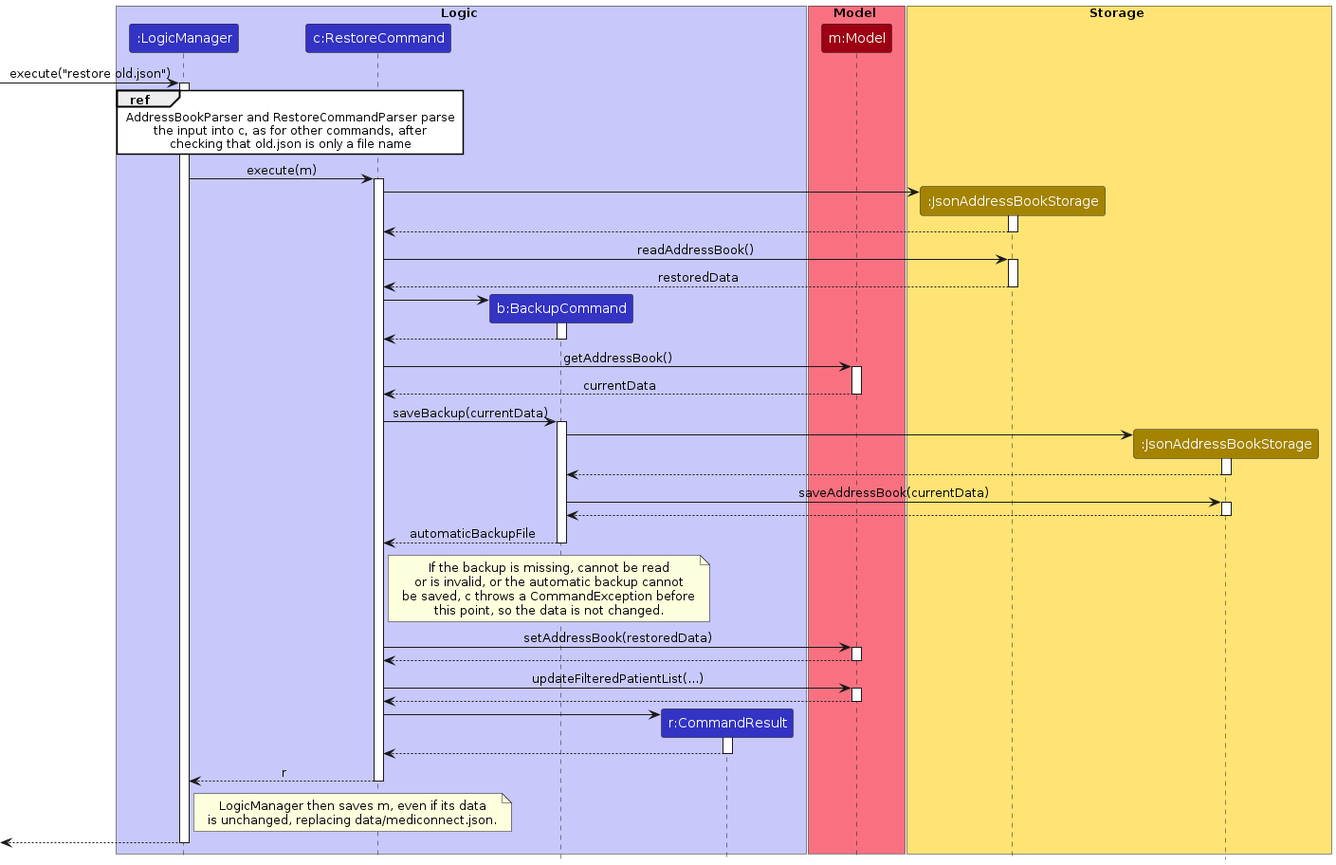
Earlier version of the PlantUML export diagrams/RestoreSequenceDiagram.png (AY2627S1-CS2103T-W08-1/tp). Its source is kept beside it as diagrams/RestoreSequenceDiagram.puml.
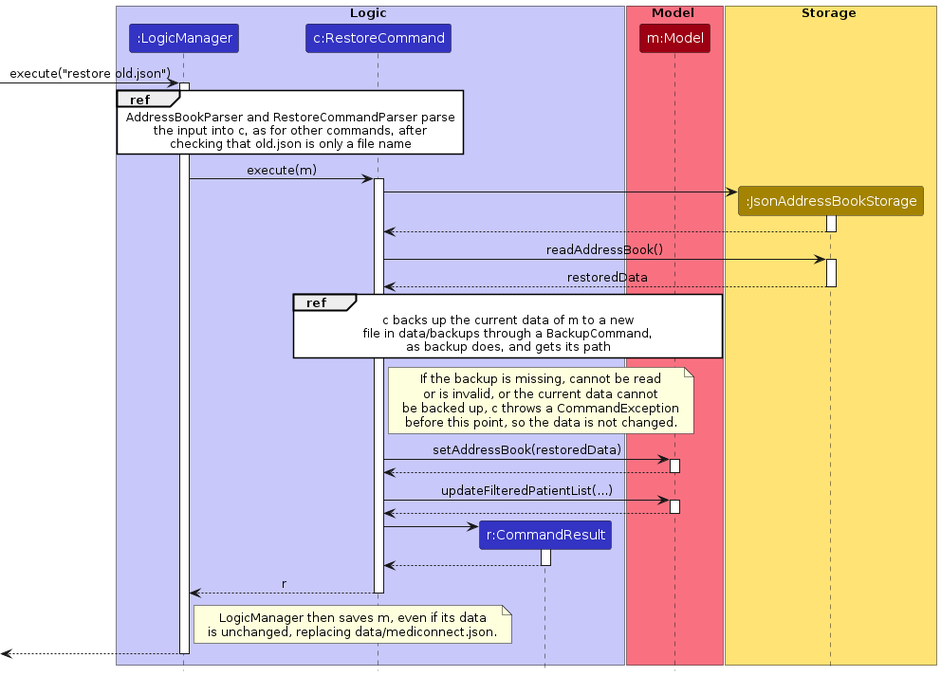
Later version of the same file.

What changed in the source:
```diff
@@ -6,7 +6,6 @@
 box Logic LOGIC_COLOR_T1
 participant ":LogicManager" as LogicManager LOGIC_COLOR
 participant "c:RestoreCommand" as RestoreCommand LOGIC_COLOR
-participant "b:BackupCommand" as BackupCommand LOGIC_COLOR
 participant "r:CommandResult" as CommandResult LOGIC_COLOR
 end box
 
@@ -16,7 +15,6 @@
 
 box Storage STORAGE_COLOR_T1
 participant ":JsonAddressBookStorage" as JsonAddressBookStorage STORAGE_COLOR
-participant ":JsonAddressBookStorage" as BackupStorage STORAGE_COLOR
 end box
 
 [-> LogicManager : execute("restore old.json")
@@ -44,43 +42,17 @@
 JsonAddressBookStorage --> RestoreCommand : restoredData
 deactivate JsonAddressBookStorage
 
-create BackupCommand
-RestoreCommand -> BackupCommand
-activate BackupCommand
-
-BackupCommand --> RestoreCommand
-deactivate BackupCommand
-
-RestoreCommand -> Model : getAddressBook()
-activate Model
-
-Model --> RestoreCommand : currentData
-deactivate Model
-
-RestoreCommand -> BackupCommand : saveBackup(currentData)
-activate BackupCommand
-
-create BackupStorage
-BackupCommand -> BackupStorage
-activate BackupStorage
-
-BackupStorage --> BackupCommand
-deactivate BackupStorage
-
-BackupCommand -> BackupStorage : saveAddressBook(currentData)
-activate BackupStorage
-
-BackupStorage --> BackupCommand
-deactivate BackupStorage
-
-BackupCommand --> RestoreCommand : automaticBackupFile
-deactivate BackupCommand
+ref over RestoreCommand, Model
+c backs up the current data of m to a new
+file in data/backups through a BackupCommand,
+as backup does, and gets its path
+end ref
 
 note right of RestoreCommand
 If the backup is missing, cannot be read
-or is invalid, or the automatic backup cannot
-be saved, c throws a CommandException before
-this point, so the data is not changed.
+or is invalid, or the current data cannot
+be backed up, c throws a CommandException
+before this point, so the data is not changed.
 end note
 
 RestoreCommand -> Model : setAddressBook(restoredData)
```
